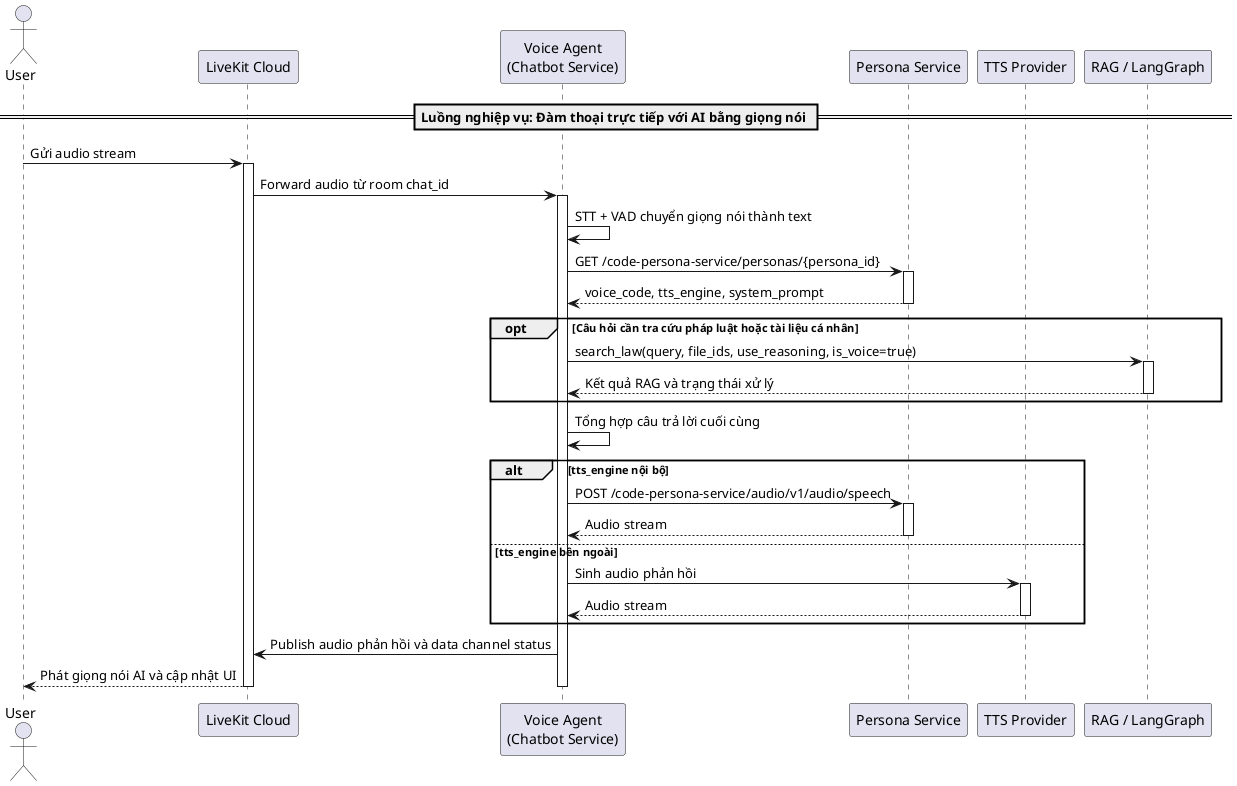
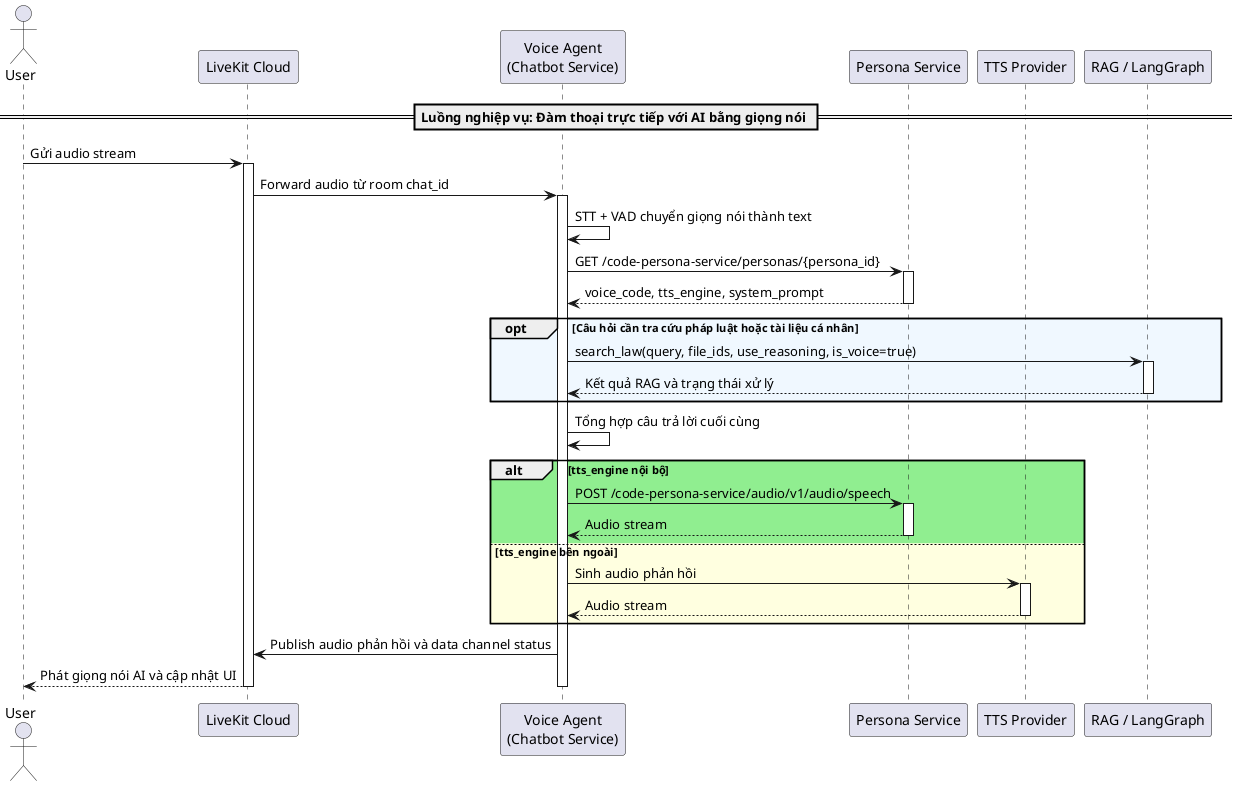
@startuml
actor "User" as User
participant "LiveKit Cloud" as LiveKit
participant "Voice Agent\n(Chatbot Service)" as VoiceAgent
participant "Persona Service" as PersonaService
participant "TTS Provider" as TTSProvider
participant "RAG / LangGraph" as RAG

== Luồng nghiệp vụ: Đàm thoại trực tiếp với AI bằng giọng nói ==

User -> LiveKit: Gửi audio stream
activate LiveKit
LiveKit -> VoiceAgent: Forward audio từ room chat_id
activate VoiceAgent

VoiceAgent -> VoiceAgent: STT + VAD chuyển giọng nói thành text
VoiceAgent -> PersonaService: GET /code-persona-service/personas/{persona_id}
activate PersonaService
PersonaService --> VoiceAgent: voice_code, tts_engine, system_prompt
deactivate PersonaService

- opt Câu hỏi cần tra cứu pháp luật hoặc tài liệu cá nhân
+ opt #AliceBlue Câu hỏi cần tra cứu pháp luật hoặc tài liệu cá nhân
    VoiceAgent -> RAG: search_law(query, file_ids, use_reasoning, is_voice=true)
    activate RAG
    RAG --> VoiceAgent: Kết quả RAG và trạng thái xử lý
    deactivate RAG
end

VoiceAgent -> VoiceAgent: Tổng hợp câu trả lời cuối cùng

- alt tts_engine nội bộ
+ alt #LightGreen tts_engine nội bộ
    VoiceAgent -> PersonaService: POST /code-persona-service/audio/v1/audio/speech
    activate PersonaService
    PersonaService --> VoiceAgent: Audio stream
    deactivate PersonaService
- else tts_engine bên ngoài
+ else #LightYellow tts_engine bên ngoài
    VoiceAgent -> TTSProvider: Sinh audio phản hồi
    activate TTSProvider
    TTSProvider --> VoiceAgent: Audio stream
    deactivate TTSProvider
end

VoiceAgent -> LiveKit: Publish audio phản hồi và data channel status
LiveKit --> User: Phát giọng nói AI và cập nhật UI
deactivate VoiceAgent
deactivate LiveKit

@enduml
